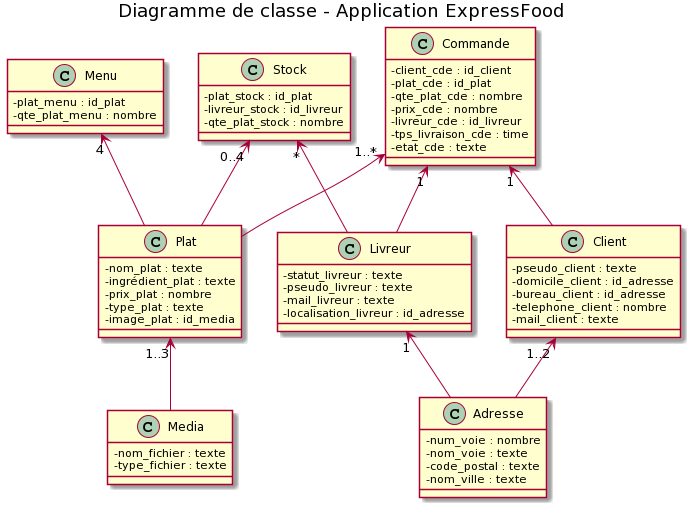
Above: P4/P4_02_schemasUML/diagramme-classe.png in RemarkableCraft/OC_UML_P4 (PlantUML), before the change.
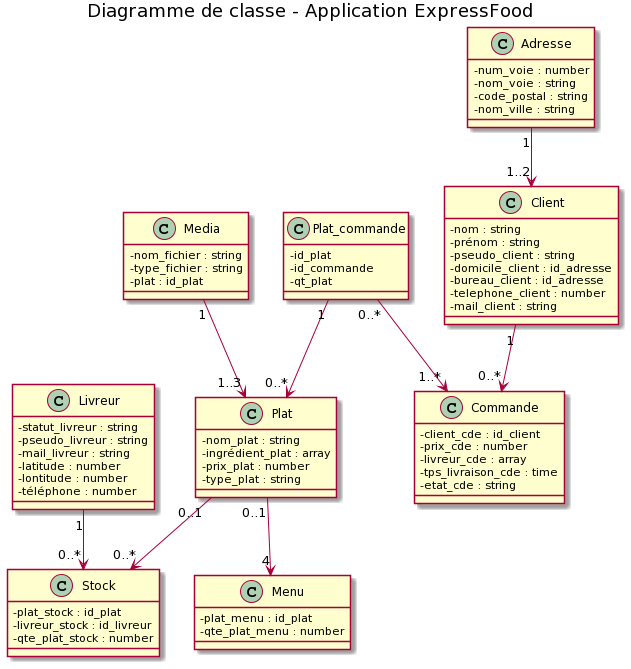
Later version of the same file.

Commit message:
modification diagramme de classe.png

Change to the diagram source:
```diff
@@ -5,72 +5,79 @@
 
 class Menu {
  - plat_menu : id_plat
- - qte_plat_menu : nombre
+ - qte_plat_menu : number
 }
 
 class Media {
- - nom_fichier : texte
- - type_fichier : texte
+ - nom_fichier : string
+ - type_fichier : string
+ - plat : id_plat
 }
 
 class Plat {
- - nom_plat : texte
- - ingrédient_plat : texte
- - prix_plat : nombre
- - type_plat : texte
- - image_plat : id_media
+ - nom_plat : string
+ - ingrédient_plat : array
+ - prix_plat : number
+ - type_plat : string
 }
 
 class Livreur {
- - statut_livreur : texte
- - pseudo_livreur : texte
- - mail_livreur : texte
- - localisation_livreur : id_adresse
+ - statut_livreur : string
+ - pseudo_livreur : string
+ - mail_livreur : string
+ - latitude : number
+ - lontitude : number
+ - téléphone : number
 }
 
 class Stock {
  - plat_stock : id_plat
  - livreur_stock : id_livreur
- - qte_plat_stock : nombre
+ - qte_plat_stock : number
 }
 
 class Client {
- - pseudo_client : texte
+ - nom : string
+ - prénom : string
+ - pseudo_client : string
  - domicile_client : id_adresse
  - bureau_client : id_adresse
- - telephone_client : nombre
- - mail_client : texte
+ - telephone_client : number
+ - mail_client : string
 }
 
 class Adresse {
- - num_voie : nombre
- - nom_voie : texte
- - code_postal : texte
- - nom_ville : texte
+ - num_voie : number
+ - nom_voie : string
+ - code_postal : string
+ - nom_ville : string
+}
+
+class Plat_commande {
+ - id_plat
+ - id_commande
+ - qt_plat
 }
 
 class Commande {
  - client_cde : id_client
- - plat_cde : id_plat
- - qte_plat_cde : nombre
- - prix_cde : nombre
- - livreur_cde : id_livreur
+ - prix_cde : number
+ - livreur_cde : array
  - tps_livraison_cde : time
- - etat_cde : texte
+ - etat_cde : string
 }
 
-Menu "4" <-- Plat
+Plat "0..1" --> "4" Menu
+Plat "0..1" --> "0..*" Stock
 
-Plat "1..3" <-- Media
+Media "1" --> "1..3" Plat
 
-Livreur "1" <-- Adresse
+Livreur "1" --> "0..*" Stock
 
-Stock "0..4" <-- Plat
-Stock "*" <-- Livreur
+Adresse "1" --> "1..2" Client
 
-Client "1..2" <-- Adresse
+Client "1" --> "0..*" Commande
 
-Commande "1" <-- Client
-Commande "1..*" <-- Plat
-Commande "1" <-- Livreur
+Plat_commande "0..*" --> "1..*" Commande
+Plat_commande "1" --> "0..*" Plat
 @enduml
```
